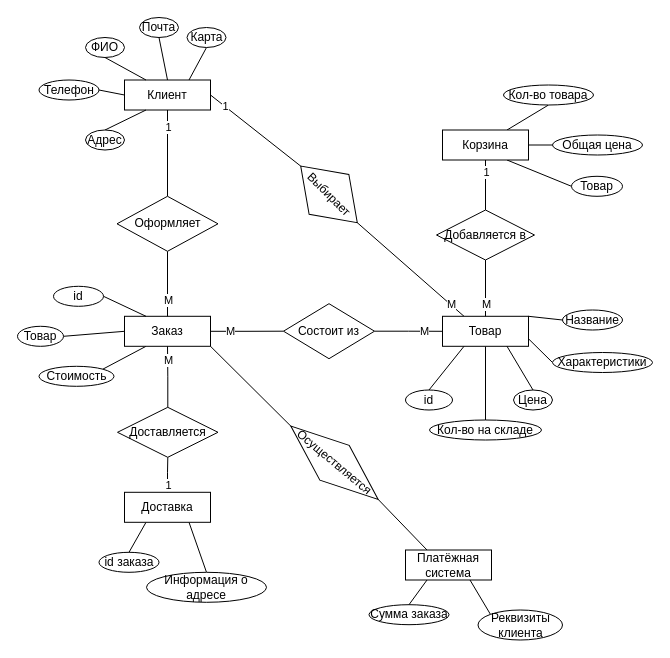
AnnaOtchina/AnnaKyrsach keeps this draw.io diagram as page "Концептуальная модель" (7 of 8) of Все диаграммы.drawio. Above is the earlier version. Source tidied: cells renumbered, new cells numbered last; positions are measured from the earlier drawing's top-left corner, leaving out a move shared by most shapes. Both pictures are drawn from the tidied source at 100%, with x=0, y=0 at pixel (17, 17).
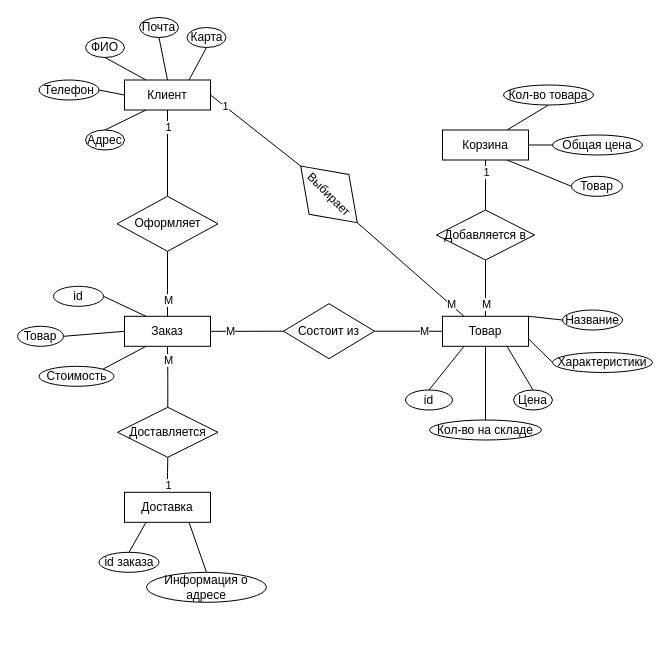
The same page after the edit.

Unchanged cells that the change refers to:
```xml
<mxCell id="12" value="Заказ" style="rounded=0;whiteSpace=wrap;html=1;" parent="1" vertex="1">
  <mxGeometry x="107" y="298.8" width="86" height="30" as="geometry" />
</mxCell>
```

The edit, as a diff of the source:
```diff
@@
-    <mxCell id="11" style="rounded=0;jettySize=auto;html=1;exitX=1;exitY=1;exitDx=0;exitDy=0;entryX=0;entryY=0.5;entryDx=0;entryDy=0;endArrow=none;endFill=0;" parent="1" edge="1" source="12" target="73">
-      <mxGeometry relative="1" as="geometry" />
-    </mxCell>
@@
-    <mxCell id="69" style="rounded=0;jettySize=auto;html=1;exitX=1;exitY=0.5;exitDx=0;exitDy=0;entryX=0.25;entryY=0;entryDx=0;entryDy=0;endArrow=none;endFill=0;" parent="1" edge="1" source="73" target="72">
-      <mxGeometry relative="1" as="geometry" />
-    </mxCell>
-    <mxCell id="70" style="rounded=0;jettySize=auto;html=1;exitX=0.25;exitY=1;exitDx=0;exitDy=0;entryX=0.5;entryY=0;entryDx=0;entryDy=0;endArrow=none;endFill=0;" parent="1" edge="1" source="72" target="74">
-      <mxGeometry relative="1" as="geometry" />
-    </mxCell>
-    <mxCell id="71" style="rounded=0;jettySize=auto;html=1;exitX=0.75;exitY=1;exitDx=0;exitDy=0;entryX=0;entryY=0;entryDx=0;entryDy=0;endArrow=none;endFill=0;" parent="1" edge="1" source="72" target="75">
-      <mxGeometry relative="1" as="geometry" />
-    </mxCell>
-    <mxCell id="72" value="Платёжная система" style="rounded=0;whiteSpace=wrap;html=1;" parent="1" vertex="1">
-      <mxGeometry x="388" y="532.5" width="86" height="30" as="geometry" />
-    </mxCell>
-    <mxCell id="73" value="Осуществляется" style="rhombus;whiteSpace=wrap;html=1;rotation=40;" parent="1" vertex="1">
-      <mxGeometry x="260" y="422.5" width="114" height="45.5" as="geometry" />
-    </mxCell>
-    <mxCell id="74" value="Сумма заказа" style="ellipse;whiteSpace=wrap;html=1;" parent="1" vertex="1">
-      <mxGeometry x="351.5" y="587.2" width="80" height="20" as="geometry" />
-    </mxCell>
-    <mxCell id="75" value="Реквизиты клиента" style="ellipse;whiteSpace=wrap;html=1;" parent="1" vertex="1">
-      <mxGeometry x="460.5" y="592.5" width="84.5" height="30" as="geometry" />
-    </mxCell>
```
